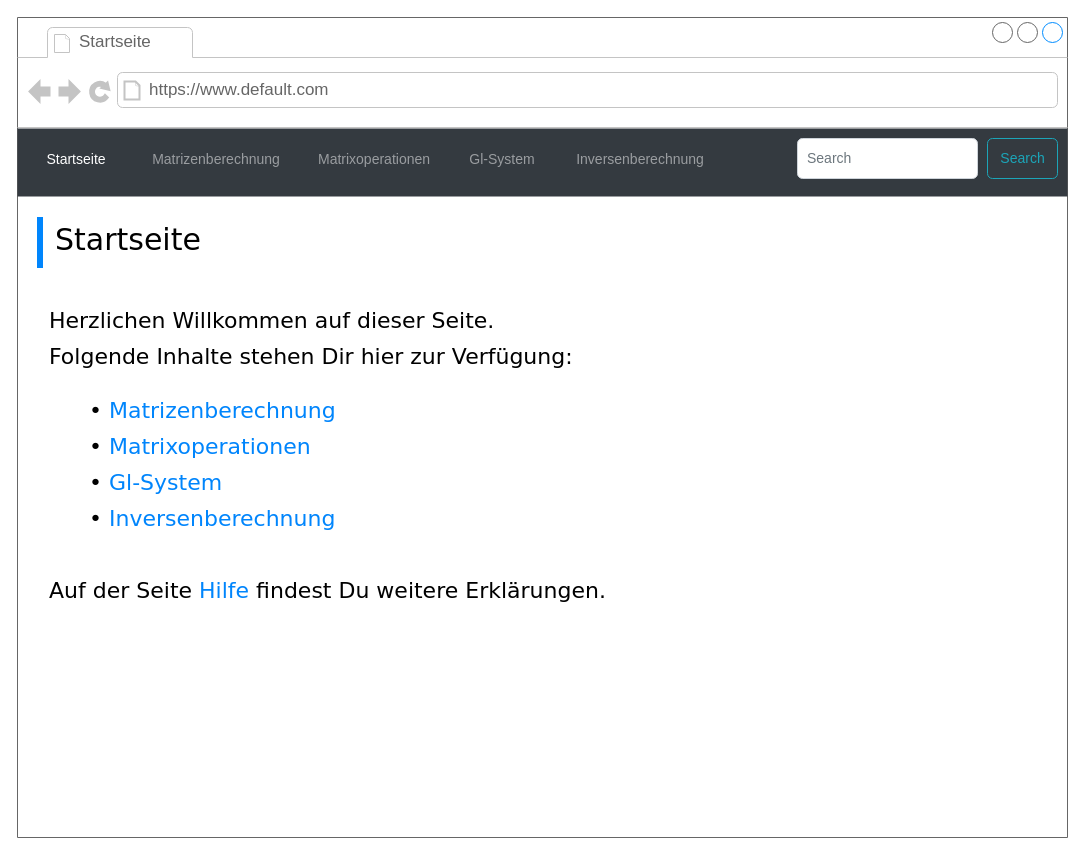
The draw.io diagram mockup/mockup_startseite.drawio in finitearth/Gaussian-Elimination-GUI, before the edit. Source tidied: cells renumbered, new cells numbered last; positions are measured from the earlier drawing's top-left corner, leaving out a move shared by most shapes. Both pictures are drawn from the tidied source at 100%, with x=0, y=0 at pixel (17, 17).
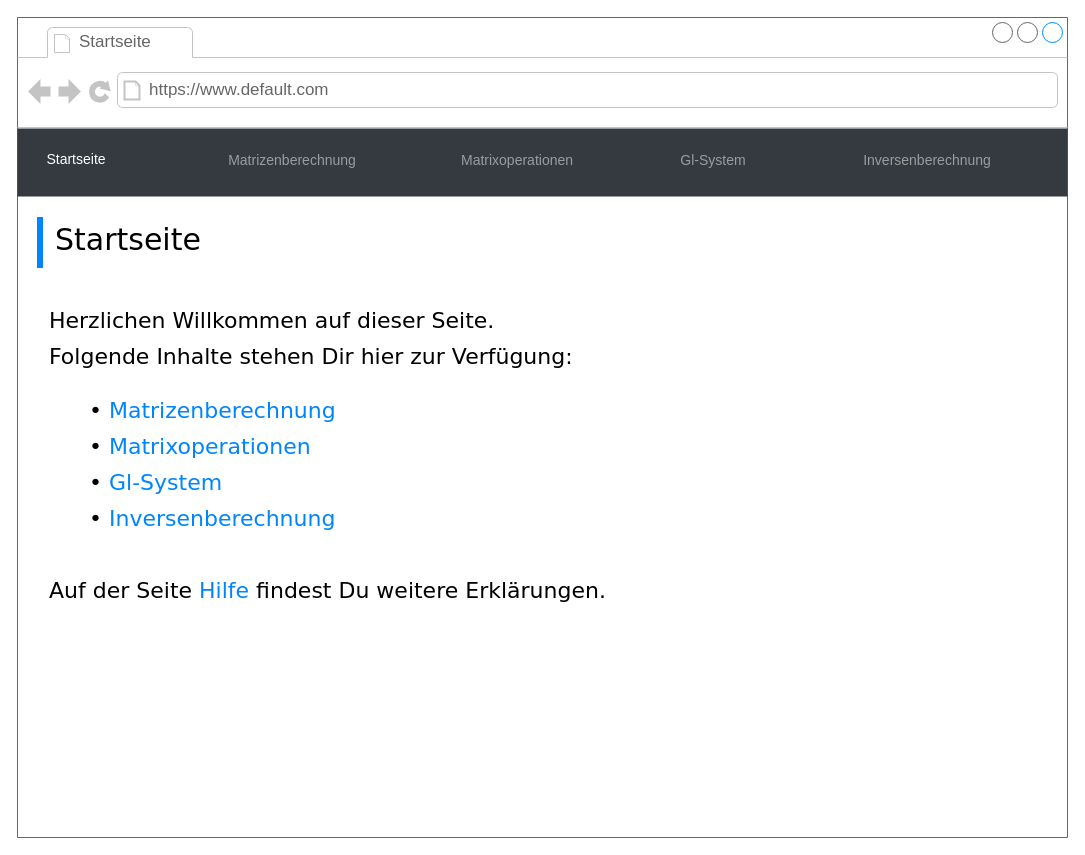
The same page after the edit.

Commit message (it also covers changes not shown here):
changing mockups home and matrixoperationen

Unchanged cells that the change refers to:
```xml
<mxCell id="10" style="html=1;shadow=0;dashed=0;fillColor=#343A40;strokeColor=none;fontSize=16;fontColor=#ffffff;align=left;spacing=15;" parent="1" vertex="1">
  <mxGeometry y="111" width="1050" height="68" as="geometry" />
</mxCell>
```

Diff of the diagram source:
```diff
@@
     <mxCell id="12" value="Matrizenberechnung" style="fillColor=none;strokeColor=none;fontSize=14;fontColor=#9A9DA0;align=center;" parent="10" vertex="1">
       <mxGeometry width="70" height="40" relative="1" as="geometry">
-        <mxPoint x="164" y="10" as="offset" />
+        <mxPoint x="240" y="11" as="offset" />
       </mxGeometry>
     </mxCell>
     <mxCell id="13" value="Matrixoperationen" style="fillColor=none;strokeColor=none;fontSize=14;fontColor=#9A9DA0;align=center;spacingRight=0;" parent="10" vertex="1">
       <mxGeometry width="80" height="40" relative="1" as="geometry">
-        <mxPoint x="317" y="10" as="offset" />
+        <mxPoint x="460" y="11" as="offset" />
       </mxGeometry>
     </mxCell>
     <mxCell id="14" value="Gl-System" style="fillColor=none;strokeColor=none;fontSize=14;fontColor=#9A9DA0;align=center;" parent="10" vertex="1">
       <mxGeometry width="80" height="40" relative="1" as="geometry">
-        <mxPoint x="445" y="10" as="offset" />
+        <mxPoint x="656" y="11" as="offset" />
       </mxGeometry>
     </mxCell>
-    <mxCell id="15" value="Search" style="html=1;shadow=0;dashed=0;shape=mxgraph.bootstrap.rrect;rSize=5;fontSize=14;fontColor=#1CA5B8;strokeColor=#1CA5B8;fillColor=none;" parent="10" vertex="1">
-      <mxGeometry x="1" width="70" height="40" relative="1" as="geometry">
-        <mxPoint x="-80" y="10" as="offset" />
-      </mxGeometry>
-    </mxCell>
-    <mxCell id="16" value="Search" style="html=1;shadow=0;dashed=0;shape=mxgraph.bootstrap.rrect;rSize=5;fontSize=14;fontColor=#6C767D;strokeColor=#CED4DA;fillColor=#ffffff;align=left;spacing=10;" parent="10" vertex="1">
-      <mxGeometry x="1" width="180" height="40" relative="1" as="geometry">
-        <mxPoint x="-270" y="10" as="offset" />
-      </mxGeometry>
-    </mxCell>
-    <mxCell id="17" value="Inversenberechnung" style="fillColor=none;strokeColor=none;fontSize=14;fontColor=#9A9DA0;align=center;" parent="1" vertex="1">
-      <mxGeometry x="583" y="121" width="80" height="40" as="geometry" />
+    <mxCell id="17" value="Inversenberechnung" style="fillColor=none;strokeColor=none;fontSize=14;fontColor=#9A9DA0;align=center;" parent="10" vertex="1">
+      <mxGeometry x="870" y="11" width="80" height="40" as="geometry" />
     </mxCell>
```
